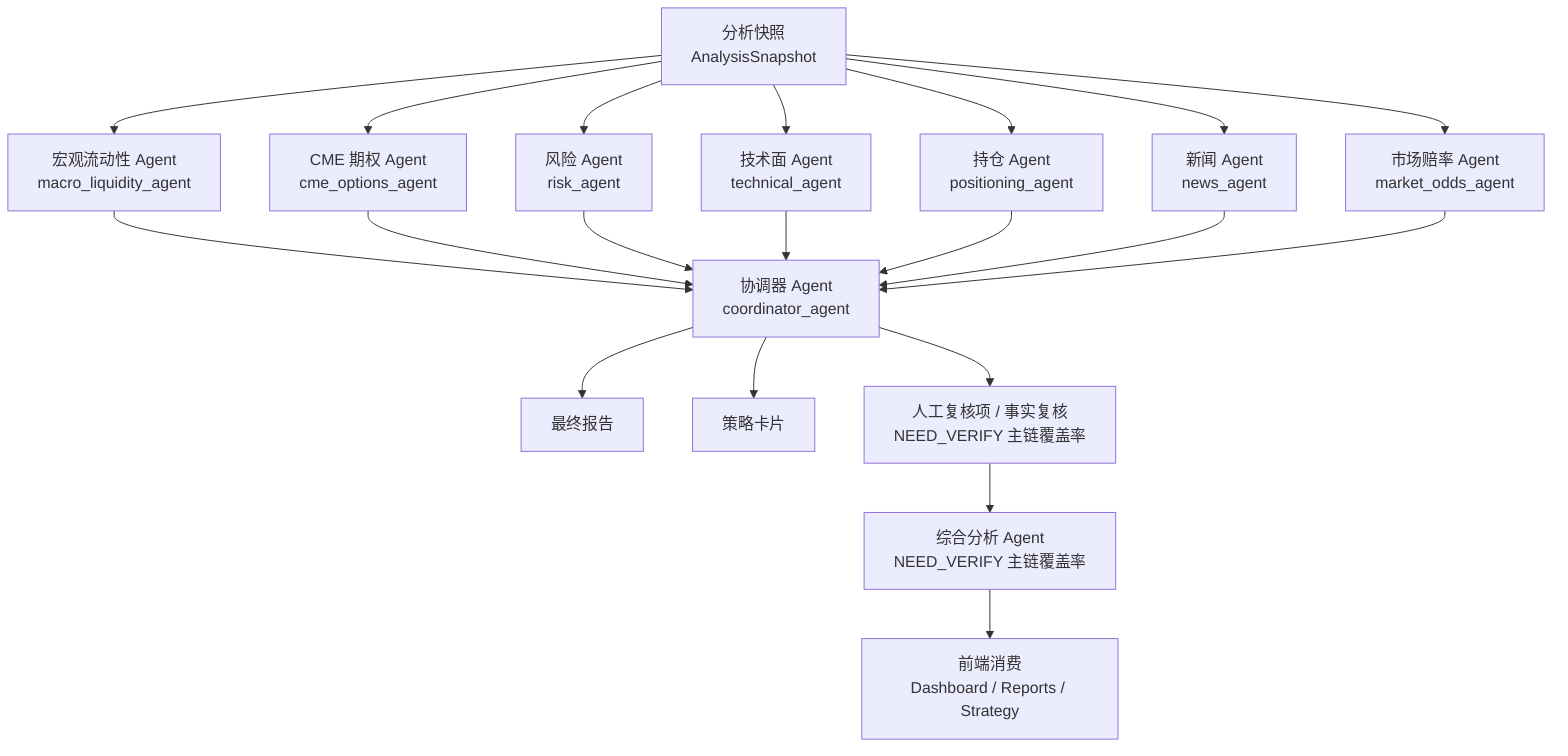
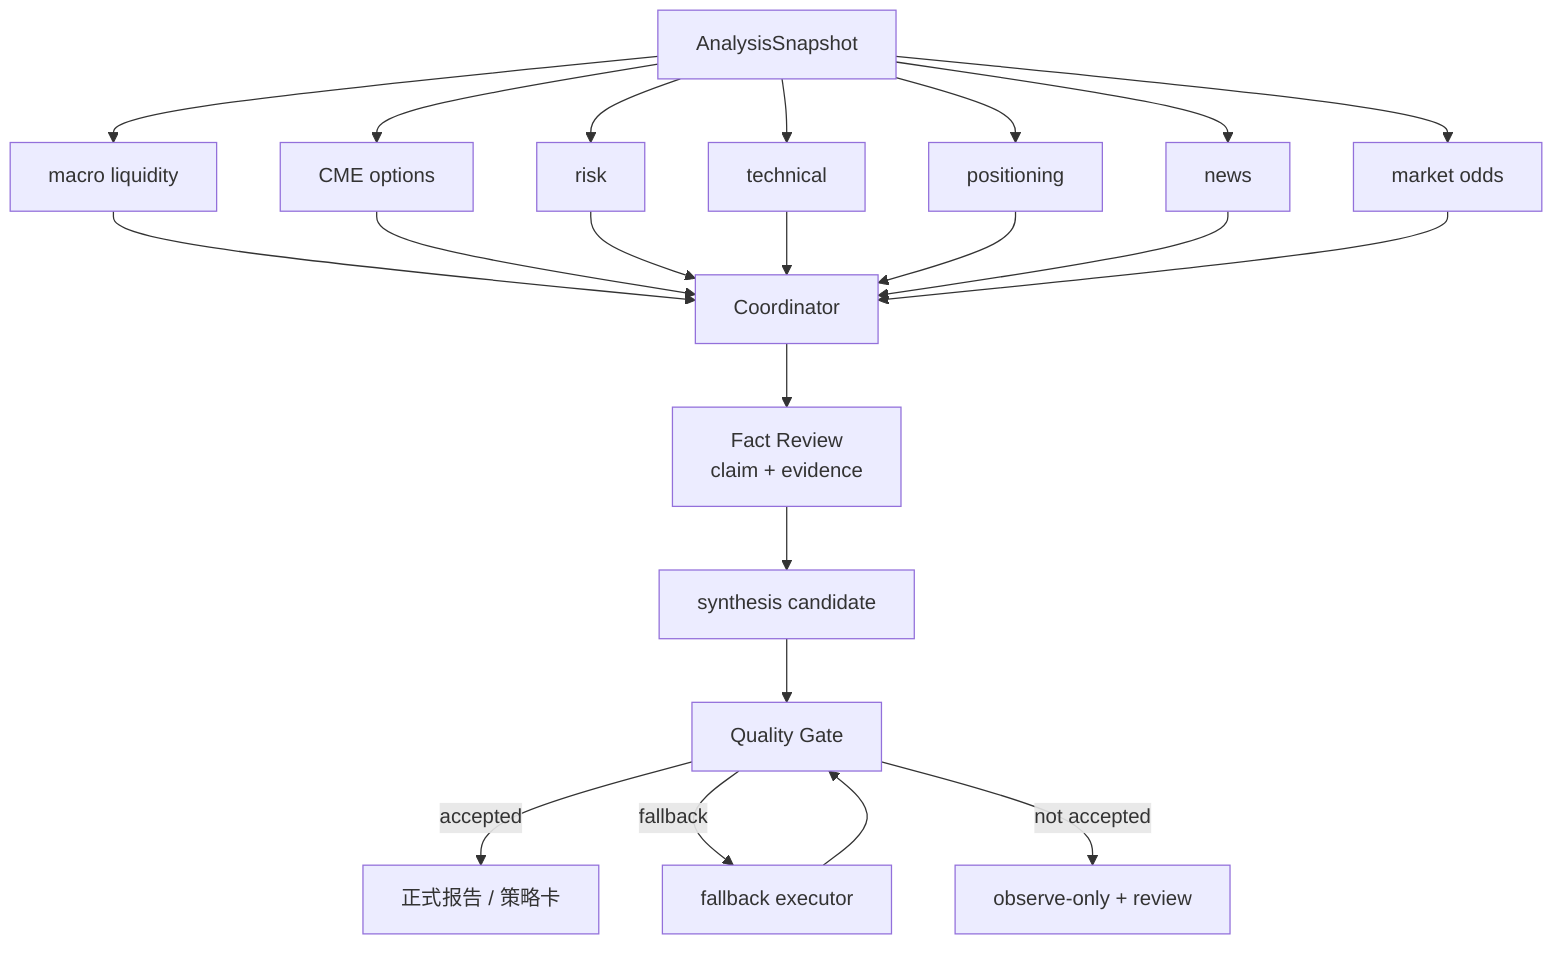
flowchart TD
-   Snapshot["分析快照<br/>AnalysisSnapshot"] --> Macro["宏观流动性 Agent<br/>macro_liquidity_agent"]
-   Snapshot --> Options["CME 期权 Agent<br/>cme_options_agent"]
-   Snapshot --> Risk["风险 Agent<br/>risk_agent"]
-   Snapshot --> Technical["技术面 Agent<br/>technical_agent"]
-   Snapshot --> Positioning["持仓 Agent<br/>positioning_agent"]
-   Snapshot --> News["新闻 Agent<br/>news_agent"]
-   Snapshot --> Odds["市场赔率 Agent<br/>market_odds_agent"]
- 
-   Macro --> Coordinator["协调器 Agent<br/>coordinator_agent"]
+   Snapshot["AnalysisSnapshot"] --> Macro["macro liquidity"]
+   Snapshot --> Options["CME options"]
+   Snapshot --> Risk["risk"]
+   Snapshot --> Technical["technical"]
+   Snapshot --> Positioning["positioning"]
+   Snapshot --> News["news"]
+   Snapshot --> Odds["market odds"]
+   Macro --> Coordinator["Coordinator"]
  Options --> Coordinator
  Risk --> Coordinator
  Technical --> Coordinator
  Positioning --> Coordinator
  News --> Coordinator
  Odds --> Coordinator
- 
-   Coordinator --> FinalReport["最终报告"]
-   Coordinator --> StrategyCard["策略卡片"]
-   Coordinator --> Review["人工复核项 / 事实复核<br/>NEED_VERIFY 主链覆盖率"]
-   Review --> Synthesis["综合分析 Agent<br/>NEED_VERIFY 主链覆盖率"]
-   Synthesis --> Dashboard["前端消费<br/>Dashboard / Reports / Strategy"]
+   Coordinator --> FactReview["Fact Review<br/>claim + evidence"]
+   FactReview --> Synthesis["synthesis candidate"]
+   Synthesis --> Gate["Quality Gate"]
+   Gate -->|accepted| Publish["正式报告 / 策略卡"]
+   Gate -->|fallback| Fallback["fallback executor"]
+   Fallback --> Gate
+   Gate -->|not accepted| Observe["observe-only + review"]
